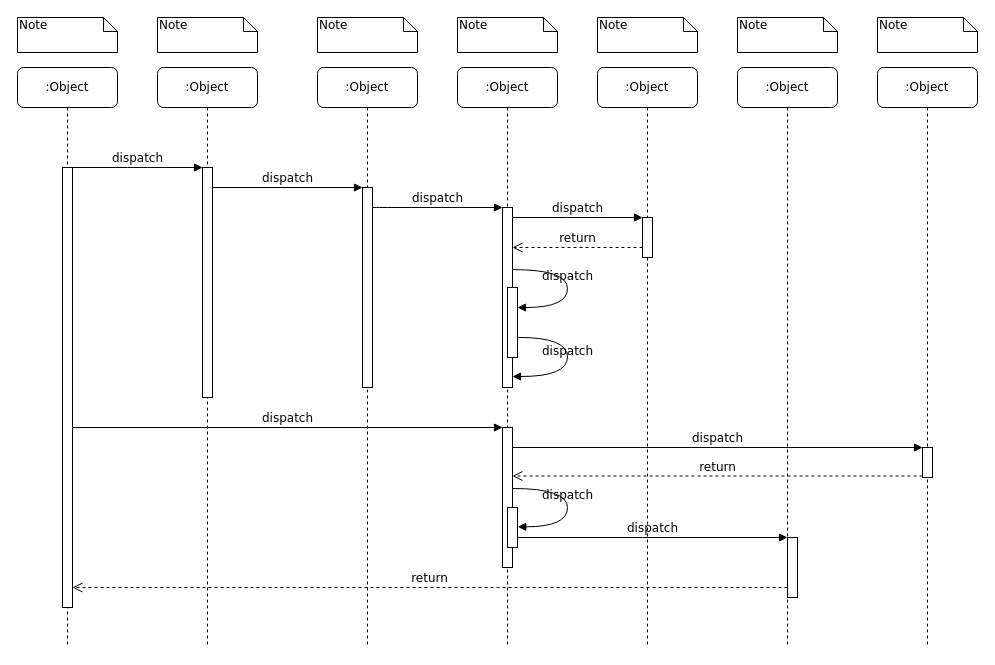
gustianom/hanwhaiso keeps this draw.io diagram as ITDEV/Untitled Diagram.drawio. Above is the earlier version. Source tidied: cells renumbered, new cells numbered last; positions are measured from the earlier drawing's top-left corner, leaving out a move shared by most shapes. Both pictures are drawn from the tidied source at 100%, with x=0, y=0 at pixel (17, 17).
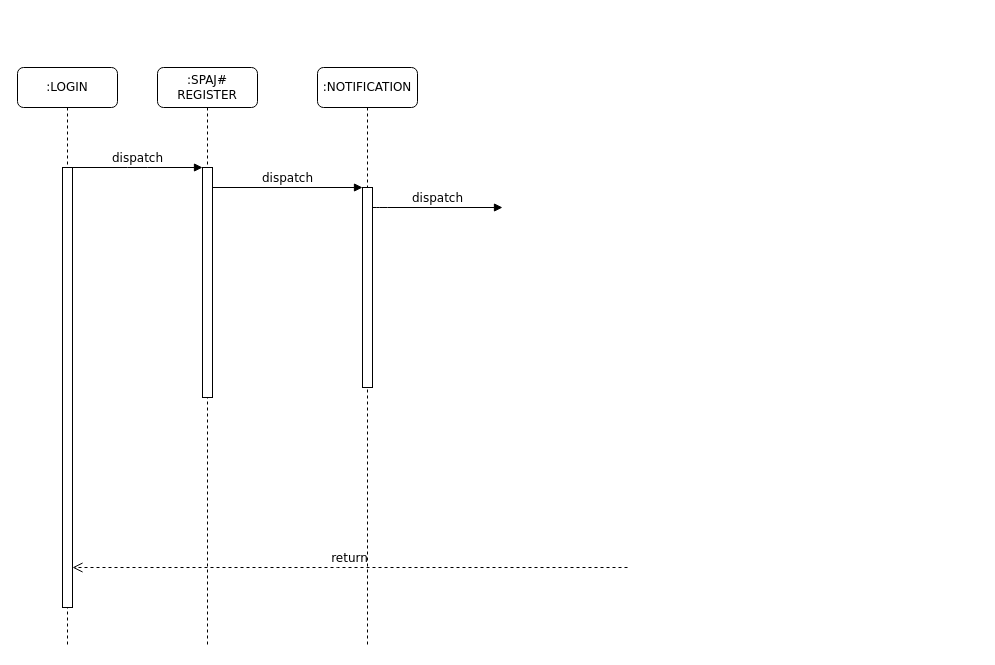
Above is the later version.

Unchanged cells that the change refers to:
```xml
<mxCell id="5" style="html=1;points=[];perimeter=orthogonalPerimeter;rounded=0;shadow=0;comic=0;labelBackgroundColor=none;strokeWidth=1;fontFamily=Verdana;fontSize=12;align=center;" parent="4" vertex="1">
  <mxGeometry x="45" y="120" width="10" height="200" as="geometry" />
</mxCell>
<mxCell id="11" style="html=1;points=[];perimeter=orthogonalPerimeter;rounded=0;shadow=0;comic=0;labelBackgroundColor=none;strokeWidth=1;fontFamily=Verdana;fontSize=12;align=center;" parent="10" vertex="1">
  <mxGeometry x="45" y="100" width="10" height="440" as="geometry" />
</mxCell>
```

Change to the diagram source:
```diff
@@
-    <mxCell id="2" value=":Object" style="shape=umlLifeline;perimeter=lifelinePerimeter;whiteSpace=wrap;html=1;rounded=1;shadow=0;comic=0;labelBackgroundColor=none;strokeWidth=1;fontFamily=Verdana;fontSize=12;align=center;" parent="1" vertex="1">
+    <mxCell id="2" value=":SPAJ# REGISTER" style="shape=umlLifeline;perimeter=lifelinePerimeter;whiteSpace=wrap;html=1;rounded=1;shadow=0;comic=0;labelBackgroundColor=none;strokeWidth=1;fontFamily=Verdana;fontSize=12;align=center;" parent="1" vertex="1">
       <mxGeometry x="140" y="50" width="100" height="580" as="geometry" />
     </mxCell>
@@
-    <mxCell id="4" value=":Object" style="shape=umlLifeline;perimeter=lifelinePerimeter;whiteSpace=wrap;html=1;rounded=1;shadow=0;comic=0;labelBackgroundColor=none;strokeWidth=1;fontFamily=Verdana;fontSize=12;align=center;" parent="1" vertex="1">
+    <mxCell id="4" value=":NOTIFICATION" style="shape=umlLifeline;perimeter=lifelinePerimeter;whiteSpace=wrap;html=1;rounded=1;shadow=0;comic=0;labelBackgroundColor=none;strokeWidth=1;fontFamily=Verdana;fontSize=12;align=center;" parent="1" vertex="1">
       <mxGeometry x="300" y="50" width="100" height="580" as="geometry" />
     </mxCell>
@@
-    <mxCell id="6" value=":Object" style="shape=umlLifeline;perimeter=lifelinePerimeter;whiteSpace=wrap;html=1;rounded=1;shadow=0;comic=0;labelBackgroundColor=none;strokeWidth=1;fontFamily=Verdana;fontSize=12;align=center;" parent="1" vertex="1">
-      <mxGeometry x="440" y="50" width="100" height="580" as="geometry" />
-    </mxCell>
-    <mxCell id="7" value=":Object" style="shape=umlLifeline;perimeter=lifelinePerimeter;whiteSpace=wrap;html=1;rounded=1;shadow=0;comic=0;labelBackgroundColor=none;strokeWidth=1;fontFamily=Verdana;fontSize=12;align=center;" parent="1" vertex="1">
-      <mxGeometry x="580" y="50" width="100" height="580" as="geometry" />
-    </mxCell>
-    <mxCell id="8" value=":Object" style="shape=umlLifeline;perimeter=lifelinePerimeter;whiteSpace=wrap;html=1;rounded=1;shadow=0;comic=0;labelBackgroundColor=none;strokeWidth=1;fontFamily=Verdana;fontSize=12;align=center;" parent="1" vertex="1">
-      <mxGeometry x="720" y="50" width="100" height="580" as="geometry" />
-    </mxCell>
-    <mxCell id="9" value=":Object" style="shape=umlLifeline;perimeter=lifelinePerimeter;whiteSpace=wrap;html=1;rounded=1;shadow=0;comic=0;labelBackgroundColor=none;strokeWidth=1;fontFamily=Verdana;fontSize=12;align=center;" parent="1" vertex="1">
-      <mxGeometry x="860" y="50" width="100" height="580" as="geometry" />
-    </mxCell>
-    <mxCell id="10" value=":Object" style="shape=umlLifeline;perimeter=lifelinePerimeter;whiteSpace=wrap;html=1;rounded=1;shadow=0;comic=0;labelBackgroundColor=none;strokeWidth=1;fontFamily=Verdana;fontSize=12;align=center;" parent="1" vertex="1">
+    <mxCell id="10" value=":LOGIN" style="shape=umlLifeline;perimeter=lifelinePerimeter;whiteSpace=wrap;html=1;rounded=1;shadow=0;comic=0;labelBackgroundColor=none;strokeWidth=1;fontFamily=Verdana;fontSize=12;align=center;" parent="1" vertex="1">
       <mxGeometry y="50" width="100" height="580" as="geometry" />
     </mxCell>
@@
-    <mxCell id="12" style="html=1;points=[];perimeter=orthogonalPerimeter;rounded=0;shadow=0;comic=0;labelBackgroundColor=none;strokeWidth=1;fontFamily=Verdana;fontSize=12;align=center;" parent="1" vertex="1">
-      <mxGeometry x="485" y="190" width="10" height="180" as="geometry" />
-    </mxCell>
-    <mxCell id="13" value="dispatch" style="html=1;verticalAlign=bottom;endArrow=block;labelBackgroundColor=none;fontFamily=Verdana;fontSize=12;edgeStyle=elbowEdgeStyle;elbow=vertical;" parent="1" edge="1" source="5" target="12">
+    <mxCell id="13" value="dispatch" style="html=1;verticalAlign=bottom;endArrow=block;labelBackgroundColor=none;fontFamily=Verdana;fontSize=12;edgeStyle=elbowEdgeStyle;elbow=vertical;" parent="1" edge="1" source="5">
       <mxGeometry relative="1" as="geometry">
+        <mxPoint x="485" y="190" as="targetPoint" />
         <Array as="points">
           <mxPoint x="360" y="190" />
         </Array>
       </mxGeometry>
     </mxCell>
-    <mxCell id="14" style="html=1;points=[];perimeter=orthogonalPerimeter;rounded=0;shadow=0;comic=0;labelBackgroundColor=none;strokeWidth=1;fontFamily=Verdana;fontSize=12;align=center;" parent="1" vertex="1">
-      <mxGeometry x="625" y="200" width="10" height="40" as="geometry" />
-    </mxCell>
-    <mxCell id="15" value="dispatch" style="html=1;verticalAlign=bottom;endArrow=block;entryX=0;entryY=0;labelBackgroundColor=none;fontFamily=Verdana;fontSize=12;edgeStyle=elbowEdgeStyle;elbow=vertical;" parent="1" edge="1" source="12" target="14">
-      <mxGeometry relative="1" as="geometry" />
-    </mxCell>
-    <mxCell id="16" value="return" style="html=1;verticalAlign=bottom;endArrow=open;dashed=1;endSize=8;labelBackgroundColor=none;fontFamily=Verdana;fontSize=12;edgeStyle=elbowEdgeStyle;elbow=vertical;" parent="1" edge="1" source="14" target="12">
-      <mxGeometry relative="1" as="geometry">
-        <Array as="points">
-          <mxPoint x="570" y="230" />
-          <mxPoint x="600" y="230" />
-        </Array>
-      </mxGeometry>
-    </mxCell>
-    <mxCell id="17" style="html=1;points=[];perimeter=orthogonalPerimeter;rounded=0;shadow=0;comic=0;labelBackgroundColor=none;strokeWidth=1;fontFamily=Verdana;fontSize=12;align=center;" parent="1" vertex="1">
-      <mxGeometry x="485" y="410" width="10" height="140" as="geometry" />
-    </mxCell>
-    <mxCell id="18" value="dispatch" style="html=1;verticalAlign=bottom;endArrow=block;entryX=0;entryY=0;labelBackgroundColor=none;fontFamily=Verdana;fontSize=12;" parent="1" edge="1" source="11" target="17">
-      <mxGeometry relative="1" as="geometry" />
-    </mxCell>
-    <mxCell id="19" style="html=1;points=[];perimeter=orthogonalPerimeter;rounded=0;shadow=0;comic=0;labelBackgroundColor=none;strokeColor=#000000;strokeWidth=1;fillColor=#FFFFFF;fontFamily=Verdana;fontSize=12;fontColor=#000000;align=center;" parent="1" vertex="1">
-      <mxGeometry x="905" y="430" width="10" height="30" as="geometry" />
-    </mxCell>
-    <mxCell id="20" value="dispatch" style="html=1;verticalAlign=bottom;endArrow=block;entryX=0;entryY=0;labelBackgroundColor=none;fontFamily=Verdana;fontSize=12;" parent="1" edge="1" source="17" target="19">
-      <mxGeometry relative="1" as="geometry" />
-    </mxCell>
-    <mxCell id="21" value="return" style="html=1;verticalAlign=bottom;endArrow=open;dashed=1;endSize=8;exitX=0;exitY=0.95;labelBackgroundColor=none;fontFamily=Verdana;fontSize=12;" parent="1" edge="1" source="19" target="17">
-      <mxGeometry relative="1" as="geometry" />
-    </mxCell>
-    <mxCell id="22" style="html=1;points=[];perimeter=orthogonalPerimeter;rounded=0;shadow=0;comic=0;labelBackgroundColor=none;strokeWidth=1;fontFamily=Verdana;fontSize=12;align=center;" parent="1" vertex="1">
-      <mxGeometry x="770" y="520" width="10" height="60" as="geometry" />
-    </mxCell>
-    <mxCell id="23" value="dispatch" style="html=1;verticalAlign=bottom;endArrow=block;entryX=0;entryY=0;labelBackgroundColor=none;fontFamily=Verdana;fontSize=12;edgeStyle=elbowEdgeStyle;elbow=vertical;" parent="1" edge="1" source="30" target="22">
-      <mxGeometry relative="1" as="geometry" />
-    </mxCell>
-    <mxCell id="24" value="return" style="html=1;verticalAlign=bottom;endArrow=open;dashed=1;endSize=8;labelBackgroundColor=none;fontFamily=Verdana;fontSize=12;edgeStyle=elbowEdgeStyle;elbow=vertical;" parent="1" edge="1" source="22" target="11">
+    <mxCell id="24" value="return" style="html=1;verticalAlign=bottom;endArrow=open;dashed=1;endSize=8;labelBackgroundColor=none;fontFamily=Verdana;fontSize=12;edgeStyle=elbowEdgeStyle;elbow=vertical;" parent="1" edge="1" target="11">
       <mxGeometry relative="1" as="geometry">
+        <mxPoint x="610" y="550" as="sourcePoint" />
         <Array as="points">
-          <mxPoint x="470" y="570" />
+          <mxPoint x="310" y="550" />
         </Array>
       </mxGeometry>
     </mxCell>
@@
-    <mxCell id="27" style="html=1;points=[];perimeter=orthogonalPerimeter;rounded=0;shadow=0;comic=0;labelBackgroundColor=none;strokeWidth=1;fontFamily=Verdana;fontSize=12;align=center;" parent="1" vertex="1">
-      <mxGeometry x="490" y="270" width="10" height="70" as="geometry" />
-    </mxCell>
-    <mxCell id="28" value="dispatch" style="html=1;verticalAlign=bottom;endArrow=block;labelBackgroundColor=none;fontFamily=Verdana;fontSize=12;elbow=vertical;edgeStyle=orthogonalEdgeStyle;curved=1;entryX=1;entryY=0.286;entryPerimeter=0;exitX=1.038;exitY=0.345;exitPerimeter=0;" parent="1" edge="1" source="12" target="27">
-      <mxGeometry relative="1" as="geometry">
-        <Array as="points">
-          <mxPoint x="550" y="252" />
-          <mxPoint x="550" y="290" />
-        </Array>
-      </mxGeometry>
-    </mxCell>
-    <mxCell id="29" value="dispatch" style="html=1;verticalAlign=bottom;endArrow=block;labelBackgroundColor=none;fontFamily=Verdana;fontSize=12;elbow=vertical;edgeStyle=orthogonalEdgeStyle;curved=1;exitX=1.066;exitY=0.713;exitPerimeter=0;" parent="1" edge="1" source="27">
-      <mxGeometry relative="1" as="geometry">
-        <mxPoint x="495" y="359" as="targetPoint" />
-        <Array as="points">
-          <mxPoint x="550" y="320" />
-          <mxPoint x="550" y="359" />
-        </Array>
-      </mxGeometry>
-    </mxCell>
-    <mxCell id="30" style="html=1;points=[];perimeter=orthogonalPerimeter;rounded=0;shadow=0;comic=0;labelBackgroundColor=none;strokeWidth=1;fontFamily=Verdana;fontSize=12;align=center;" parent="1" vertex="1">
-      <mxGeometry x="490" y="490" width="10" height="40" as="geometry" />
-    </mxCell>
-    <mxCell id="31" value="dispatch" style="html=1;verticalAlign=bottom;endArrow=block;labelBackgroundColor=none;fontFamily=Verdana;fontSize=12;elbow=vertical;edgeStyle=orthogonalEdgeStyle;curved=1;entryX=1;entryY=0.286;entryPerimeter=0;exitX=1.038;exitY=0.345;exitPerimeter=0;" parent="1" edge="1">
-      <mxGeometry relative="1" as="geometry">
-        <mxPoint x="495.3" y="471" as="sourcePoint" />
-        <mxPoint x="500.3" y="509.3" as="targetPoint" />
-        <Array as="points">
-          <mxPoint x="550" y="471" />
-          <mxPoint x="550" y="509" />
-        </Array>
-      </mxGeometry>
-    </mxCell>
-    <mxCell id="32" value="Note" style="shape=note;whiteSpace=wrap;html=1;size=14;verticalAlign=top;align=left;spacingTop=-6;rounded=0;shadow=0;comic=0;labelBackgroundColor=none;strokeWidth=1;fontFamily=Verdana;fontSize=12;" parent="1" vertex="1">
-      <mxGeometry width="100" height="35" as="geometry" />
-    </mxCell>
-    <mxCell id="33" value="Note" style="shape=note;whiteSpace=wrap;html=1;size=14;verticalAlign=top;align=left;spacingTop=-6;rounded=0;shadow=0;comic=0;labelBackgroundColor=none;strokeWidth=1;fontFamily=Verdana;fontSize=12;" parent="1" vertex="1">
-      <mxGeometry x="140" width="100" height="35" as="geometry" />
-    </mxCell>
-    <mxCell id="34" value="Note" style="shape=note;whiteSpace=wrap;html=1;size=14;verticalAlign=top;align=left;spacingTop=-6;rounded=0;shadow=0;comic=0;labelBackgroundColor=none;strokeWidth=1;fontFamily=Verdana;fontSize=12;" parent="1" vertex="1">
-      <mxGeometry x="300" width="100" height="35" as="geometry" />
-    </mxCell>
-    <mxCell id="35" value="Note" style="shape=note;whiteSpace=wrap;html=1;size=14;verticalAlign=top;align=left;spacingTop=-6;rounded=0;shadow=0;comic=0;labelBackgroundColor=none;strokeWidth=1;fontFamily=Verdana;fontSize=12;" parent="1" vertex="1">
-      <mxGeometry x="440" width="100" height="35" as="geometry" />
-    </mxCell>
-    <mxCell id="36" value="Note" style="shape=note;whiteSpace=wrap;html=1;size=14;verticalAlign=top;align=left;spacingTop=-6;rounded=0;shadow=0;comic=0;labelBackgroundColor=none;strokeWidth=1;fontFamily=Verdana;fontSize=12;" parent="1" vertex="1">
-      <mxGeometry x="580" width="100" height="35" as="geometry" />
-    </mxCell>
-    <mxCell id="37" value="Note" style="shape=note;whiteSpace=wrap;html=1;size=14;verticalAlign=top;align=left;spacingTop=-6;rounded=0;shadow=0;comic=0;labelBackgroundColor=none;strokeWidth=1;fontFamily=Verdana;fontSize=12;" parent="1" vertex="1">
-      <mxGeometry x="720" width="100" height="35" as="geometry" />
-    </mxCell>
-    <mxCell id="38" value="Note" style="shape=note;whiteSpace=wrap;html=1;size=14;verticalAlign=top;align=left;spacingTop=-6;rounded=0;shadow=0;comic=0;labelBackgroundColor=none;strokeWidth=1;fontFamily=Verdana;fontSize=12;" parent="1" vertex="1">
-      <mxGeometry x="860" width="100" height="35" as="geometry" />
-    </mxCell>
```
